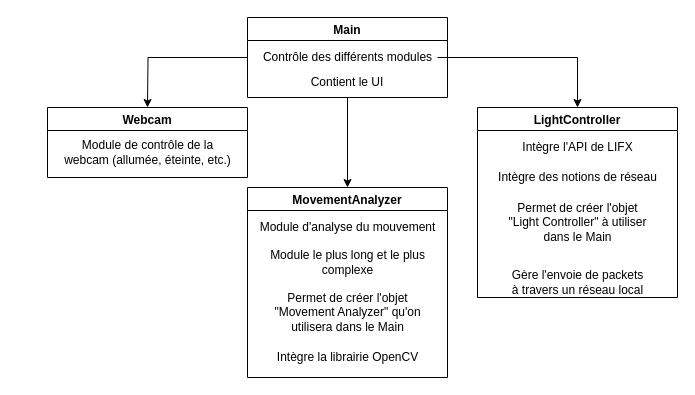
The draw.io diagram DiagrammeDeClasse.drawio in gabcomby/LightController, before the edit. Source tidied: cells renumbered, new cells numbered last; positions are measured from the earlier drawing's top-left corner, leaving out a move shared by most shapes. Both pictures are drawn from the tidied source at 100%, with x=0, y=0 at pixel (47, 17).
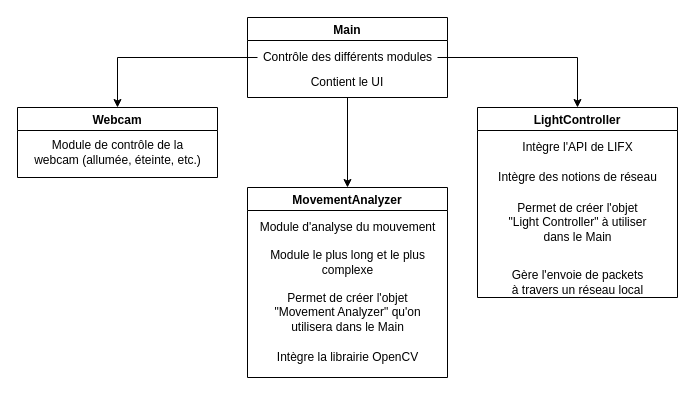
Above is the later version.

Commit message:
Update diagramme de classe

Unchanged cells that the change refers to:
```xml
<mxCell id="4" value="Main" style="swimlane;" parent="1" vertex="1">
  <mxGeometry x="200" width="200" height="80" as="geometry" />
</mxCell>
<mxCell id="5" value="Contrôle des différents modules" style="text;html=1;align=center;verticalAlign=middle;points=[];strokeColor=none;fillColor=none;" parent="4" vertex="1">
  <mxGeometry x="10" y="30" width="180" height="20" as="geometry" />
</mxCell>
```

What changed in the source:
```diff
@@
-    <mxCell id="2" style="edgeStyle=orthogonalEdgeStyle;rounded=0;jettySize=auto;html=1;" parent="1" edge="1" source="4">
-      <mxGeometry relative="1" as="geometry">
-        <mxPoint x="100" y="90" as="targetPoint" />
-      </mxGeometry>
-    </mxCell>
@@
     <mxCell id="7" value="Webcam" style="swimlane;" parent="1" vertex="1">
-      <mxGeometry y="90" width="200" height="70" as="geometry" />
+      <mxGeometry x="-30" y="90" width="200" height="70" as="geometry" />
     </mxCell>
@@
+    <mxCell id="20" style="edgeStyle=orthogonalEdgeStyle;rounded=0;jettySize=auto;html=1;entryX=0.5;entryY=0;entryDx=0;entryDy=0;" parent="1" edge="1" source="5" target="7">
+      <mxGeometry relative="1" as="geometry" />
+    </mxCell>
```
